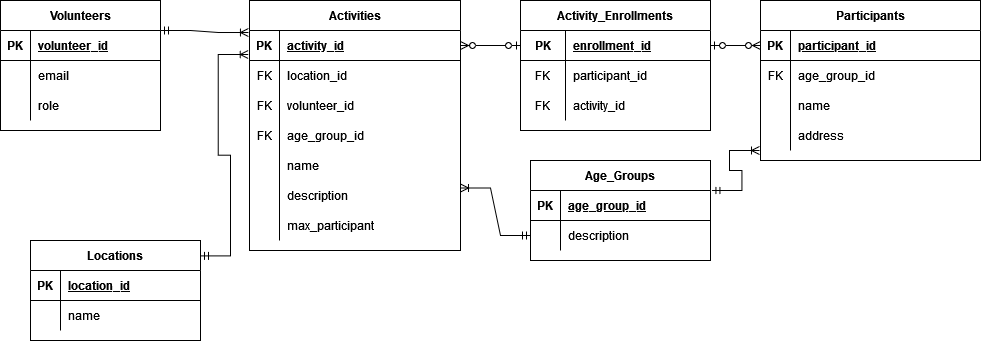
Earlier version of the draw.io export 340.drawio.png (arse0039/340_db). Source tidied: cells renumbered, new cells last; positions are measured from the earlier drawing's top-left corner, leaving out a move shared by most shapes.
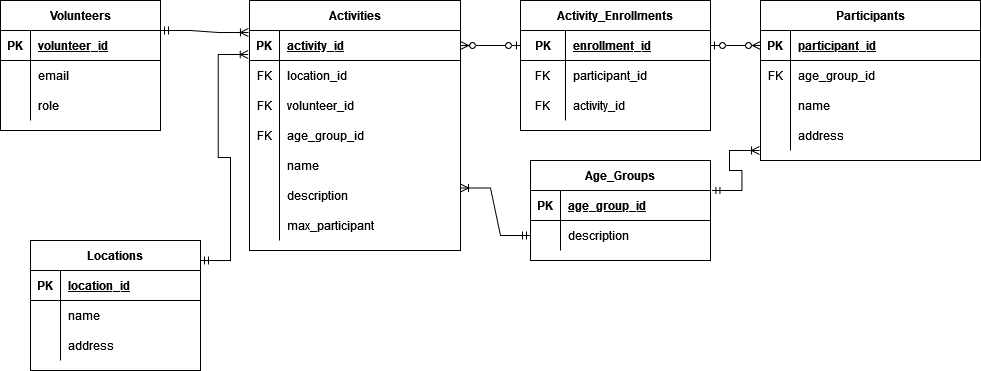
Later version of the same file.

Diff of the diagram source:
```diff
@@ -3,7 +3,7 @@
     <mxCell id="0" />
     <mxCell id="1" parent="0" />
     <mxCell id="2" value="Locations" style="shape=table;startSize=30;rowLines=0;fontStyle=1;align=center;" parent="1" vertex="1">
-      <mxGeometry x="30" y="240" width="170" height="100" as="geometry" />
+      <mxGeometry x="30" y="240" width="170" height="130" as="geometry" />
     </mxCell>
     <mxCell id="3" style="shape=partialRectangle;fillColor=none;top=0;left=0;right=0;bottom=1;" parent="2" vertex="1">
       <mxGeometry y="30" width="170" height="30" as="geometry" />
@@ -23,6 +23,15 @@
     <mxCell id="8" value="name" style="shape=partialRectangle;overflow=hidden;fillColor=none;top=0;left=0;bottom=0;right=0;align=left;spacingLeft=6;" parent="6" vertex="1">
       <mxGeometry x="30" width="140" height="30" as="geometry" />
     </mxCell>
+    <mxCell id="77" style="shape=partialRectangle;fillColor=none;top=0;left=0;right=0;bottom=0;" parent="2" vertex="1">
+      <mxGeometry y="90" width="170" height="30" as="geometry" />
+    </mxCell>
+    <mxCell id="78" style="shape=partialRectangle;overflow=hidden;fillColor=none;top=0;left=0;bottom=0;right=0;" parent="77" vertex="1">
+      <mxGeometry width="30" height="30" as="geometry" />
+    </mxCell>
+    <mxCell id="79" value="address" style="shape=partialRectangle;overflow=hidden;fillColor=none;top=0;left=0;bottom=0;right=0;align=left;spacingLeft=6;" parent="77" vertex="1">
+      <mxGeometry x="30" width="140" height="30" as="geometry" />
+    </mxCell>
     <mxCell id="9" value="Volunteers" style="shape=table;startSize=30;rowLines=0;fontStyle=1;align=center;" parent="1" vertex="1">
       <mxGeometry width="160" height="130" as="geometry" />
     </mxCell>
```
